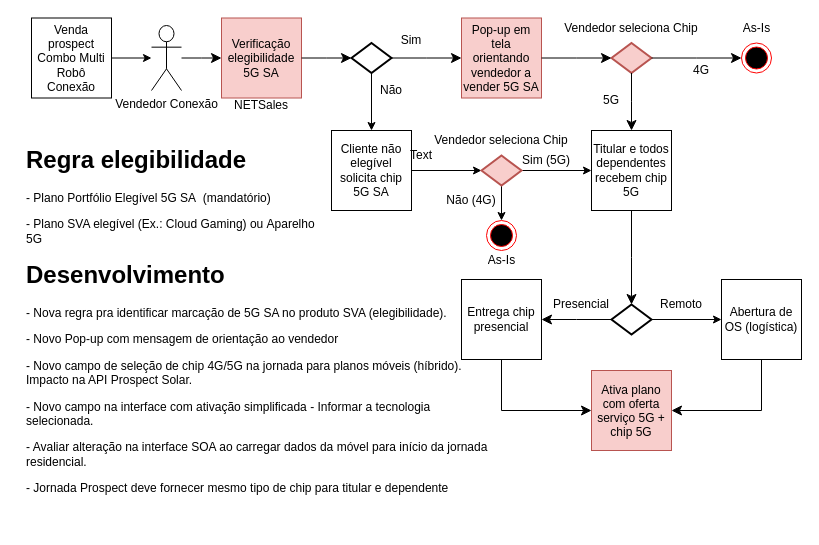
Earlier version of the draw.io diagram page "Prospect Conexão" (6 of 6) of 5GSA.drawio (samirali/ClaroBrasil). Source tidied: cells renumbered, new cells numbered last; positions are measured from the earlier drawing's top-left corner, leaving out a move shared by most shapes. Both pictures are drawn from the tidied source at 100%, with x=0, y=0 at pixel (21, 18).
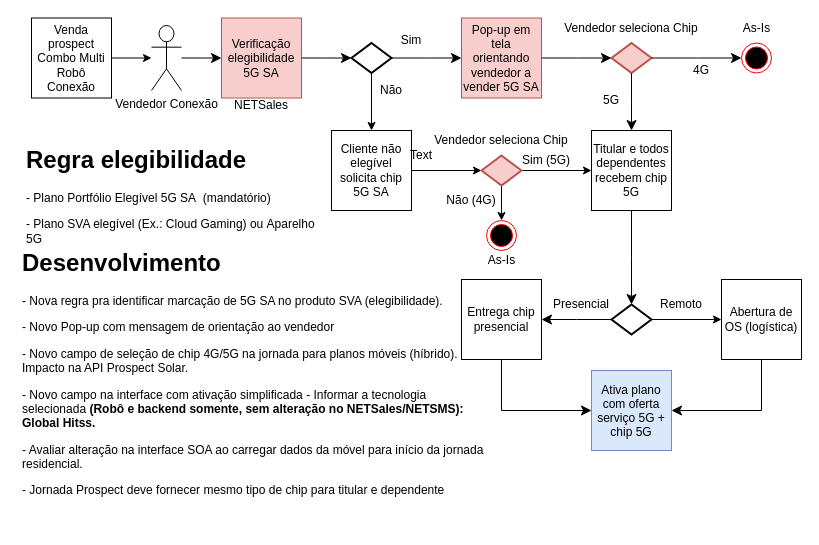
Above is the later version.

What changed in the source:
```diff
@@
-    <mxCell id="30" value="&lt;p style=&quot;line-height: normal; margin: 0pt 0in; text-indent: 0in; direction: ltr; unicode-bidi: embed; word-break: normal;&quot;&gt;Ativa plano com oferta serviço 5G + chip 5G&lt;/p&gt;" style="whiteSpace=wrap;html=1;fillColor=#f8cecc;strokeColor=#b85450;" parent="1" vertex="1">
+    <mxCell id="30" value="&lt;p style=&quot;line-height: normal; margin: 0pt 0in; text-indent: 0in; direction: ltr; unicode-bidi: embed; word-break: normal;&quot;&gt;Ativa plano com oferta serviço 5G + chip 5G&lt;/p&gt;" style="whiteSpace=wrap;html=1;fillColor=#dae8fc;strokeColor=#6c8ebf;" parent="1" vertex="1">
       <mxGeometry x="570" y="352" width="80" height="80" as="geometry" />
     </mxCell>
@@
-    <mxCell id="43" value="&lt;h1&gt;Desenvolvimento&lt;/h1&gt;&lt;p style=&quot;border-color: var(--border-color);&quot;&gt;- Nova regra pra identificar marcação de 5G SA no produto SVA (elegibilidade).&lt;/p&gt;&lt;p style=&quot;border-color: var(--border-color);&quot;&gt;- Novo Pop-up com mensagem de orientação ao vendedor&lt;/p&gt;&lt;p style=&quot;border-color: var(--border-color);&quot;&gt;- Novo campo de seleção de chip 4G/5G na jornada para planos móveis (híbrido). Impacto na API Prospect Solar.&lt;/p&gt;&lt;p style=&quot;border-color: var(--border-color);&quot;&gt;- Novo campo na interface com ativação simplificada - Informar a tecnologia selecionada.&lt;/p&gt;&lt;p style=&quot;border-color: var(--border-color);&quot;&gt;- Avaliar alteração na interface SOA ao carregar dados da móvel para início da jornada residencial.&lt;/p&gt;&lt;p style=&quot;border-color: var(--border-color);&quot;&gt;&lt;span style=&quot;background-color: initial;&quot;&gt;- Jornada Prospect deve fornecer mesmo tipo de chip para titular e dependente&lt;/span&gt;&lt;br&gt;&lt;/p&gt;&lt;p&gt;&lt;br&gt;&lt;/p&gt;&lt;div&gt;&lt;br&gt;&lt;/div&gt;" style="text;html=1;strokeColor=none;fillColor=none;spacing=5;spacingTop=-20;whiteSpace=wrap;overflow=hidden;rounded=0;" parent="1" vertex="1">
-      <mxGeometry y="237" width="470" height="270" as="geometry" />
+    <mxCell id="43" value="&lt;h1&gt;Desenvolvimento&lt;/h1&gt;&lt;p style=&quot;border-color: var(--border-color);&quot;&gt;- Nova regra pra identificar marcação de 5G SA no produto SVA (elegibilidade).&lt;/p&gt;&lt;p style=&quot;border-color: var(--border-color);&quot;&gt;- Novo Pop-up com mensagem de orientação ao vendedor&lt;/p&gt;&lt;p style=&quot;border-color: var(--border-color);&quot;&gt;- Novo campo de seleção de chip 4G/5G na jornada para planos móveis (híbrido). Impacto na API Prospect Solar.&lt;/p&gt;&lt;p style=&quot;border-color: var(--border-color);&quot;&gt;- Novo campo na interface com ativação simplificada - Informar a tecnologia selecionada&lt;b style=&quot;border-color: var(--border-color);&quot;&gt;&amp;nbsp;(Robô e backend somente, sem alteração no NETSales/NETSMS): Global Hitss.&lt;/b&gt;&lt;br&gt;&lt;/p&gt;&lt;p style=&quot;border-color: var(--border-color);&quot;&gt;- Avaliar alteração na interface SOA ao carregar dados da móvel para início da jornada residencial.&lt;/p&gt;&lt;p style=&quot;border-color: var(--border-color);&quot;&gt;&lt;span style=&quot;background-color: initial;&quot;&gt;- Jornada Prospect deve fornecer mesmo tipo de chip para titular e dependente&lt;/span&gt;&lt;br&gt;&lt;/p&gt;&lt;p&gt;&lt;br&gt;&lt;/p&gt;&lt;div&gt;&lt;br&gt;&lt;/div&gt;" style="text;html=1;strokeColor=none;fillColor=none;spacing=5;spacingTop=-20;whiteSpace=wrap;overflow=hidden;rounded=0;" parent="1" vertex="1">
+      <mxGeometry x="-4" y="225" width="470" height="285" as="geometry" />
     </mxCell>
```
